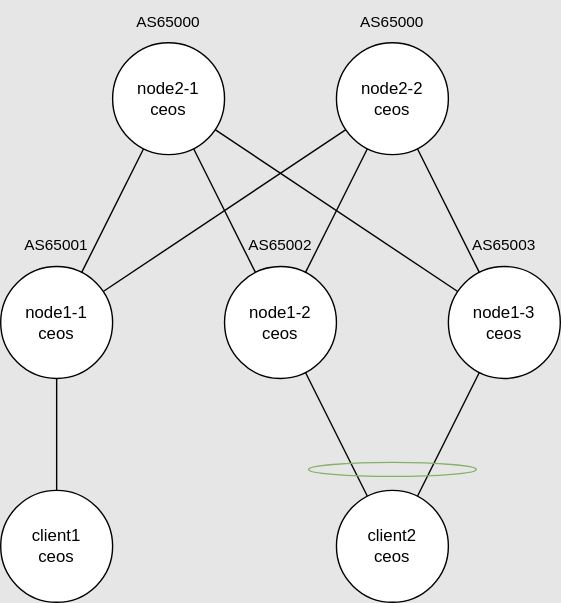
The draw.io diagram graph.drawio.svg in yamause/yamause-nwlab, before a commit. Source tidied: cells renumbered, new cells last; positions are measured from the earlier drawing's top-left corner, leaving out a move shared by most shapes.
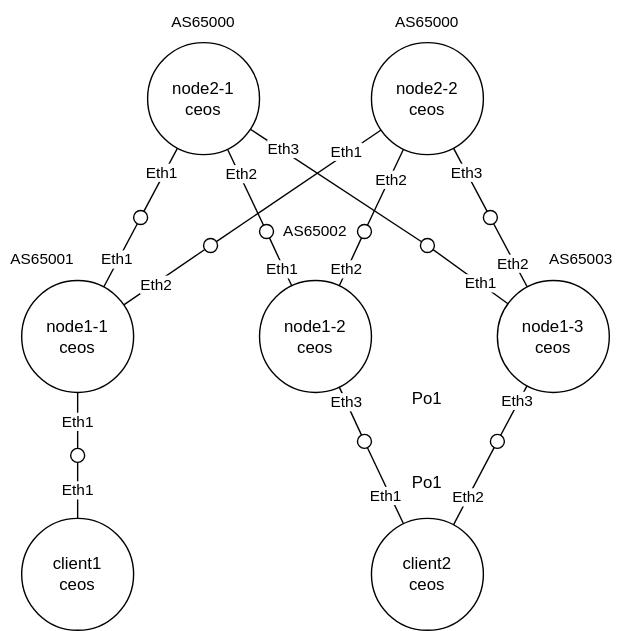
Above is the later version.

Diff of the diagram source:
```diff
@@ -1,72 +1,189 @@
-<mxGraphModel background="#E6E6E6">
+<mxGraphModel background="#ffffff">
   <root>
     <mxCell id="0" />
     <mxCell id="1" parent="0" />
-    <mxCell id="2" style="edgeStyle=none;html=1;endArrow=none;endFill=0;" parent="1" edge="1" source="4" target="5">
-      <mxGeometry relative="1" as="geometry" />
-    </mxCell>
-    <mxCell id="3" style="edgeStyle=none;shape=connector;rounded=1;html=1;labelBackgroundColor=default;strokeColor=default;fontFamily=Helvetica;fontSize=11;fontColor=default;endArrow=none;endFill=0;" parent="1" edge="1" source="4" target="7">
-      <mxGeometry relative="1" as="geometry" />
-    </mxCell>
+    <mxCell id="24" style="edgeStyle=none;html=1;endArrow=none;endFill=0;" parent="1" edge="1" source="4" target="60">
+      <mxGeometry relative="1" as="geometry" />
+    </mxCell>
+    <mxCell id="25" value="Eth1" style="edgeLabel;html=1;align=center;verticalAlign=middle;labelPosition=center;verticalLabelPosition=middle;" parent="24" vertex="1">
+      <mxGeometry x="-0.33" y="-1" relative="1" as="geometry">
+        <mxPoint x="1" y="7" as="offset" />
+      </mxGeometry>
+    </mxCell>
+    <mxCell id="26" style="edgeStyle=none;html=1;endArrow=none;endFill=0;" parent="1" edge="1" source="4" target="61">
+      <mxGeometry relative="1" as="geometry" />
+    </mxCell>
+    <mxCell id="27" value="Eth1" style="edgeLabel;html=1;align=center;verticalAlign=middle;" parent="26" vertex="1">
+      <mxGeometry x="-0.14" y="1" relative="1" as="geometry" />
+    </mxCell>
+    <mxCell id="28" style="edgeStyle=none;html=1;endArrow=none;endFill=0;" parent="1" edge="1" source="4" target="62">
+      <mxGeometry relative="1" as="geometry" />
+    </mxCell>
+    <mxCell id="29" value="Eth2" style="edgeLabel;html=1;align=center;verticalAlign=middle;" parent="28" vertex="1">
+      <mxGeometry x="-0.24" y="-1" relative="1" as="geometry" />
+    </mxCell>
     <mxCell id="4" value="node1-1&lt;br&gt;ceos" style="ellipse;whiteSpace=wrap;html=1;" parent="1" vertex="1">
       <mxGeometry y="190" width="80" height="80" as="geometry" />
     </mxCell>
+    <mxCell id="30" style="edgeStyle=none;html=1;endArrow=none;endFill=0;" parent="1" edge="1" source="5" target="61">
+      <mxGeometry relative="1" as="geometry" />
+    </mxCell>
+    <mxCell id="31" value="Eth1" style="edgeLabel;html=1;align=center;verticalAlign=middle;" parent="30" vertex="1">
+      <mxGeometry x="-0.22" y="-1" relative="1" as="geometry">
+        <mxPoint x="-1" as="offset" />
+      </mxGeometry>
+    </mxCell>
+    <mxCell id="32" style="edgeStyle=none;html=1;endArrow=none;endFill=0;" parent="1" edge="1" source="5" target="63">
+      <mxGeometry relative="1" as="geometry" />
+    </mxCell>
+    <mxCell id="33" value="Eth2" style="edgeLabel;html=1;align=center;verticalAlign=middle;" parent="32" vertex="1">
+      <mxGeometry x="-0.33" y="1" relative="1" as="geometry" />
+    </mxCell>
+    <mxCell id="34" style="edgeStyle=none;html=1;endArrow=none;endFill=0;" parent="1" edge="1" source="5" target="64">
+      <mxGeometry relative="1" as="geometry" />
+    </mxCell>
+    <mxCell id="35" value="Eth3" style="edgeLabel;html=1;align=center;verticalAlign=middle;" parent="34" vertex="1">
+      <mxGeometry x="-0.63" y="1" relative="1" as="geometry" />
+    </mxCell>
     <mxCell id="5" value="node2-1&lt;br&gt;ceos" style="ellipse;whiteSpace=wrap;html=1;" parent="1" vertex="1">
-      <mxGeometry x="80" y="30" width="80" height="80" as="geometry" />
+      <mxGeometry x="90" y="20" width="80" height="80" as="geometry" />
     </mxCell>
-    <mxCell id="6" style="edgeStyle=none;shape=connector;rounded=1;html=1;labelBackgroundColor=default;strokeColor=default;fontFamily=Helvetica;fontSize=11;fontColor=default;endArrow=none;endFill=0;" parent="1" edge="1" source="7" target="9">
-      <mxGeometry relative="1" as="geometry" />
-    </mxCell>
+    <mxCell id="36" style="edgeStyle=none;html=1;endArrow=none;endFill=0;" parent="1" edge="1" source="7" target="62">
+      <mxGeometry relative="1" as="geometry" />
+    </mxCell>
+    <mxCell id="37" value="Eth1" style="edgeLabel;html=1;align=center;verticalAlign=middle;" parent="36" vertex="1">
+      <mxGeometry x="-0.58" y="-1" relative="1" as="geometry" />
+    </mxCell>
+    <mxCell id="38" style="edgeStyle=none;html=1;endArrow=none;endFill=0;" parent="1" edge="1" source="7" target="65">
+      <mxGeometry relative="1" as="geometry" />
+    </mxCell>
+    <mxCell id="39" value="Eth3" style="edgeLabel;html=1;align=center;verticalAlign=middle;" parent="38" vertex="1">
+      <mxGeometry x="-0.23" relative="1" as="geometry" />
+    </mxCell>
+    <mxCell id="40" style="edgeStyle=none;html=1;endArrow=none;endFill=0;" parent="1" edge="1" source="7" target="66">
+      <mxGeometry relative="1" as="geometry" />
+    </mxCell>
+    <mxCell id="41" value="Eth2" style="edgeLabel;html=1;align=center;verticalAlign=middle;" parent="40" vertex="1">
+      <mxGeometry x="-0.22" y="1" relative="1" as="geometry" />
+    </mxCell>
     <mxCell id="7" value="node2-2&lt;br&gt;ceos" style="ellipse;whiteSpace=wrap;html=1;" parent="1" vertex="1">
-      <mxGeometry x="240" y="30" width="80" height="80" as="geometry" />
+      <mxGeometry x="250" y="20" width="80" height="80" as="geometry" />
     </mxCell>
-    <mxCell id="8" style="edgeStyle=none;html=1;endArrow=none;endFill=0;" parent="1" edge="1" source="9" target="5">
-      <mxGeometry relative="1" as="geometry" />
-    </mxCell>
+    <mxCell id="42" style="edgeStyle=none;html=1;endArrow=none;endFill=0;" parent="1" edge="1" source="9" target="64">
+      <mxGeometry relative="1" as="geometry" />
+    </mxCell>
+    <mxCell id="43" value="Eth1" style="edgeLabel;html=1;align=center;verticalAlign=middle;" parent="42" vertex="1">
+      <mxGeometry x="-0.25" y="-1" relative="1" as="geometry" />
+    </mxCell>
+    <mxCell id="44" style="edgeStyle=none;html=1;endArrow=none;endFill=0;" parent="1" edge="1" source="9" target="65">
+      <mxGeometry relative="1" as="geometry" />
+    </mxCell>
+    <mxCell id="45" value="Eth2" style="edgeLabel;html=1;align=center;verticalAlign=middle;" parent="44" vertex="1">
+      <mxGeometry x="-0.23" y="1" relative="1" as="geometry" />
+    </mxCell>
+    <mxCell id="46" style="edgeStyle=none;html=1;endArrow=none;endFill=0;" parent="1" edge="1" source="9" target="68">
+      <mxGeometry relative="1" as="geometry" />
+    </mxCell>
+    <mxCell id="47" value="Eth3" style="edgeLabel;html=1;align=center;verticalAlign=middle;" parent="46" vertex="1">
+      <mxGeometry x="-0.35" y="-2" relative="1" as="geometry" />
+    </mxCell>
     <mxCell id="9" value="node1-3&lt;br&gt;ceos" style="ellipse;whiteSpace=wrap;html=1;" parent="1" vertex="1">
-      <mxGeometry x="320" y="190" width="80" height="80" as="geometry" />
+      <mxGeometry x="340" y="190" width="80" height="80" as="geometry" />
     </mxCell>
-    <mxCell id="10" style="edgeStyle=none;shape=connector;rounded=1;html=1;labelBackgroundColor=default;strokeColor=default;fontFamily=Helvetica;fontSize=11;fontColor=default;endArrow=none;endFill=0;" parent="1" edge="1" source="12" target="7">
-      <mxGeometry relative="1" as="geometry" />
-    </mxCell>
-    <mxCell id="11" style="edgeStyle=none;shape=connector;rounded=1;html=1;labelBackgroundColor=default;strokeColor=default;fontFamily=Helvetica;fontSize=11;fontColor=default;endArrow=none;endFill=0;" parent="1" edge="1" source="12" target="5">
-      <mxGeometry relative="1" as="geometry" />
-    </mxCell>
+    <mxCell id="48" style="edgeStyle=none;html=1;endArrow=none;endFill=0;" parent="1" edge="1" source="12" target="63">
+      <mxGeometry relative="1" as="geometry" />
+    </mxCell>
+    <mxCell id="49" value="Eth1" style="edgeLabel;html=1;align=center;verticalAlign=middle;" parent="48" vertex="1">
+      <mxGeometry x="-0.28" y="2" relative="1" as="geometry" />
+    </mxCell>
+    <mxCell id="50" style="edgeStyle=none;html=1;endArrow=none;endFill=0;" parent="1" edge="1" source="12" target="66">
+      <mxGeometry relative="1" as="geometry" />
+    </mxCell>
+    <mxCell id="51" value="Eth2" style="edgeLabel;html=1;align=center;verticalAlign=middle;" parent="50" vertex="1">
+      <mxGeometry x="-0.34" y="1" relative="1" as="geometry" />
+    </mxCell>
+    <mxCell id="52" style="edgeStyle=none;html=1;endArrow=none;endFill=0;" parent="1" edge="1" source="12" target="67">
+      <mxGeometry relative="1" as="geometry" />
+    </mxCell>
+    <mxCell id="53" value="Eth3" style="edgeLabel;html=1;align=center;verticalAlign=middle;" parent="52" vertex="1">
+      <mxGeometry x="-0.36" relative="1" as="geometry" />
+    </mxCell>
     <mxCell id="12" value="node1-2&lt;br&gt;ceos" style="ellipse;whiteSpace=wrap;html=1;" parent="1" vertex="1">
-      <mxGeometry x="160" y="190" width="80" height="80" as="geometry" />
+      <mxGeometry x="170" y="190" width="80" height="80" as="geometry" />
     </mxCell>
-    <mxCell id="13" style="edgeStyle=none;shape=connector;rounded=1;html=1;labelBackgroundColor=default;strokeColor=default;fontFamily=Helvetica;fontSize=11;fontColor=default;endArrow=none;endFill=0;" parent="1" edge="1" source="14" target="4">
-      <mxGeometry relative="1" as="geometry" />
-    </mxCell>
+    <mxCell id="54" style="edgeStyle=none;html=1;endArrow=none;endFill=0;" parent="1" edge="1" source="14" target="60">
+      <mxGeometry relative="1" as="geometry" />
+    </mxCell>
+    <mxCell id="55" value="Eth1" style="edgeLabel;html=1;align=center;verticalAlign=middle;labelBorderColor=none;" parent="54" vertex="1">
+      <mxGeometry relative="1" as="geometry" />
+    </mxCell>
     <mxCell id="14" value="client1&lt;br style=&quot;border-color: var(--border-color);&quot;&gt;ceos" style="ellipse;whiteSpace=wrap;html=1;" parent="1" vertex="1">
-      <mxGeometry y="350" width="80" height="80" as="geometry" />
+      <mxGeometry y="360" width="80" height="80" as="geometry" />
     </mxCell>
-    <mxCell id="15" style="edgeStyle=none;shape=connector;rounded=1;html=1;labelBackgroundColor=default;strokeColor=default;fontFamily=Helvetica;fontSize=11;fontColor=default;endArrow=none;endFill=0;" parent="1" edge="1" source="17" target="12">
-      <mxGeometry relative="1" as="geometry" />
-    </mxCell>
-    <mxCell id="16" style="edgeStyle=none;shape=connector;rounded=1;html=1;labelBackgroundColor=default;strokeColor=default;fontFamily=Helvetica;fontSize=11;fontColor=default;endArrow=none;endFill=0;" parent="1" edge="1" source="17" target="9">
-      <mxGeometry relative="1" as="geometry" />
-    </mxCell>
+    <mxCell id="56" style="edgeStyle=none;html=1;endArrow=none;endFill=0;" parent="1" edge="1" source="17" target="67">
+      <mxGeometry relative="1" as="geometry" />
+    </mxCell>
+    <mxCell id="57" value="Eth1" style="edgeLabel;html=1;align=center;verticalAlign=middle;" parent="56" vertex="1">
+      <mxGeometry x="0.43" y="1" relative="1" as="geometry">
+        <mxPoint x="6" y="19" as="offset" />
+      </mxGeometry>
+    </mxCell>
+    <mxCell id="58" style="edgeStyle=none;html=1;endArrow=none;endFill=0;" parent="1" edge="1" source="17" target="68">
+      <mxGeometry relative="1" as="geometry" />
+    </mxCell>
+    <mxCell id="59" value="Eth2" style="edgeLabel;html=1;align=center;verticalAlign=middle;" parent="58" vertex="1">
+      <mxGeometry x="-0.29" relative="1" as="geometry" />
+    </mxCell>
     <mxCell id="17" value="client2&lt;br&gt;ceos" style="ellipse;whiteSpace=wrap;html=1;" parent="1" vertex="1">
-      <mxGeometry x="240" y="350" width="80" height="80" as="geometry" />
+      <mxGeometry x="250" y="360" width="80" height="80" as="geometry" />
     </mxCell>
     <mxCell id="18" value="AS65000" style="text;html=1;strokeColor=none;fillColor=none;align=center;verticalAlign=middle;whiteSpace=wrap;rounded=0;fontFamily=Helvetica;fontSize=11;fontColor=default;" parent="1" vertex="1">
-      <mxGeometry x="90" width="60" height="30" as="geometry" />
+      <mxGeometry x="100" y="-10" width="60" height="30" as="geometry" />
     </mxCell>
     <mxCell id="19" value="AS65000" style="text;html=1;strokeColor=none;fillColor=none;align=center;verticalAlign=middle;whiteSpace=wrap;rounded=0;fontFamily=Helvetica;fontSize=11;fontColor=default;" parent="1" vertex="1">
-      <mxGeometry x="250" width="60" height="30" as="geometry" />
+      <mxGeometry x="260" y="-10" width="60" height="30" as="geometry" />
     </mxCell>
     <mxCell id="20" value="AS65001" style="text;html=1;strokeColor=none;fillColor=none;align=center;verticalAlign=middle;whiteSpace=wrap;rounded=0;fontFamily=Helvetica;fontSize=11;fontColor=default;" parent="1" vertex="1">
-      <mxGeometry x="10" y="160" width="60" height="30" as="geometry" />
+      <mxGeometry x="-15" y="160" width="60" height="30" as="geometry" />
     </mxCell>
     <mxCell id="21" value="AS65002" style="text;html=1;strokeColor=none;fillColor=none;align=center;verticalAlign=middle;whiteSpace=wrap;rounded=0;fontFamily=Helvetica;fontSize=11;fontColor=default;" parent="1" vertex="1">
-      <mxGeometry x="170" y="160" width="60" height="30" as="geometry" />
+      <mxGeometry x="180" y="140" width="60" height="30" as="geometry" />
     </mxCell>
     <mxCell id="22" value="AS65003" style="text;html=1;strokeColor=none;fillColor=none;align=center;verticalAlign=middle;whiteSpace=wrap;rounded=0;fontFamily=Helvetica;fontSize=11;fontColor=default;" parent="1" vertex="1">
-      <mxGeometry x="330" y="160" width="60" height="30" as="geometry" />
+      <mxGeometry x="370" y="160" width="60" height="30" as="geometry" />
     </mxCell>
-    <mxCell id="23" style="ellipse;whiteSpace=wrap;html=1;fillColor=none;strokeColor=#82b366;" parent="1" vertex="1">
-      <mxGeometry x="220" y="330" width="120" height="10" as="geometry" />
-    </mxCell>
+    <mxCell id="60" style="ellipse;whiteSpace=wrap;html=1;" parent="1" vertex="1">
+      <mxGeometry x="35" y="310" width="10" height="10" as="geometry" />
+    </mxCell>
+    <mxCell id="61" style="ellipse;whiteSpace=wrap;html=1;labelBackgroundColor=none;labelBorderColor=none;" parent="1" vertex="1">
+      <mxGeometry x="80" y="140" width="10" height="10" as="geometry" />
+    </mxCell>
+    <mxCell id="62" style="ellipse;whiteSpace=wrap;html=1;labelBackgroundColor=none;labelBorderColor=none;" parent="1" vertex="1">
+      <mxGeometry x="130" y="160" width="10" height="10" as="geometry" />
+    </mxCell>
+    <mxCell id="63" style="ellipse;whiteSpace=wrap;html=1;labelBackgroundColor=none;labelBorderColor=none;" parent="1" vertex="1">
+      <mxGeometry x="170" y="150" width="10" height="10" as="geometry" />
+    </mxCell>
+    <mxCell id="64" style="ellipse;whiteSpace=wrap;html=1;labelBackgroundColor=none;labelBorderColor=none;" parent="1" vertex="1">
+      <mxGeometry x="285" y="160" width="10" height="10" as="geometry" />
+    </mxCell>
+    <mxCell id="65" style="ellipse;whiteSpace=wrap;html=1;labelBackgroundColor=none;labelBorderColor=none;" parent="1" vertex="1">
+      <mxGeometry x="330" y="140" width="10" height="10" as="geometry" />
+    </mxCell>
+    <mxCell id="66" style="ellipse;whiteSpace=wrap;html=1;labelBackgroundColor=none;labelBorderColor=none;" parent="1" vertex="1">
+      <mxGeometry x="240" y="150" width="10" height="10" as="geometry" />
+    </mxCell>
+    <mxCell id="67" style="ellipse;whiteSpace=wrap;html=1;labelBackgroundColor=none;labelBorderColor=none;" parent="1" vertex="1">
+      <mxGeometry x="240" y="300" width="10" height="10" as="geometry" />
+    </mxCell>
+    <mxCell id="68" style="ellipse;whiteSpace=wrap;html=1;labelBackgroundColor=none;labelBorderColor=none;" parent="1" vertex="1">
+      <mxGeometry x="335" y="300" width="10" height="10" as="geometry" />
+    </mxCell>
+    <mxCell id="69" value="Po1" style="text;html=1;strokeColor=none;fillColor=none;align=center;verticalAlign=middle;whiteSpace=wrap;rounded=0;labelBackgroundColor=none;labelBorderColor=none;" parent="1" vertex="1">
+      <mxGeometry x="260" y="320" width="60" height="30" as="geometry" />
+    </mxCell>
+    <mxCell id="70" value="Po1" style="text;html=1;strokeColor=none;fillColor=none;align=center;verticalAlign=middle;whiteSpace=wrap;rounded=0;labelBackgroundColor=none;labelBorderColor=none;" parent="1" vertex="1">
+      <mxGeometry x="260" y="260" width="60" height="30" as="geometry" />
+    </mxCell>
   </root>
 </mxGraphModel>
```
